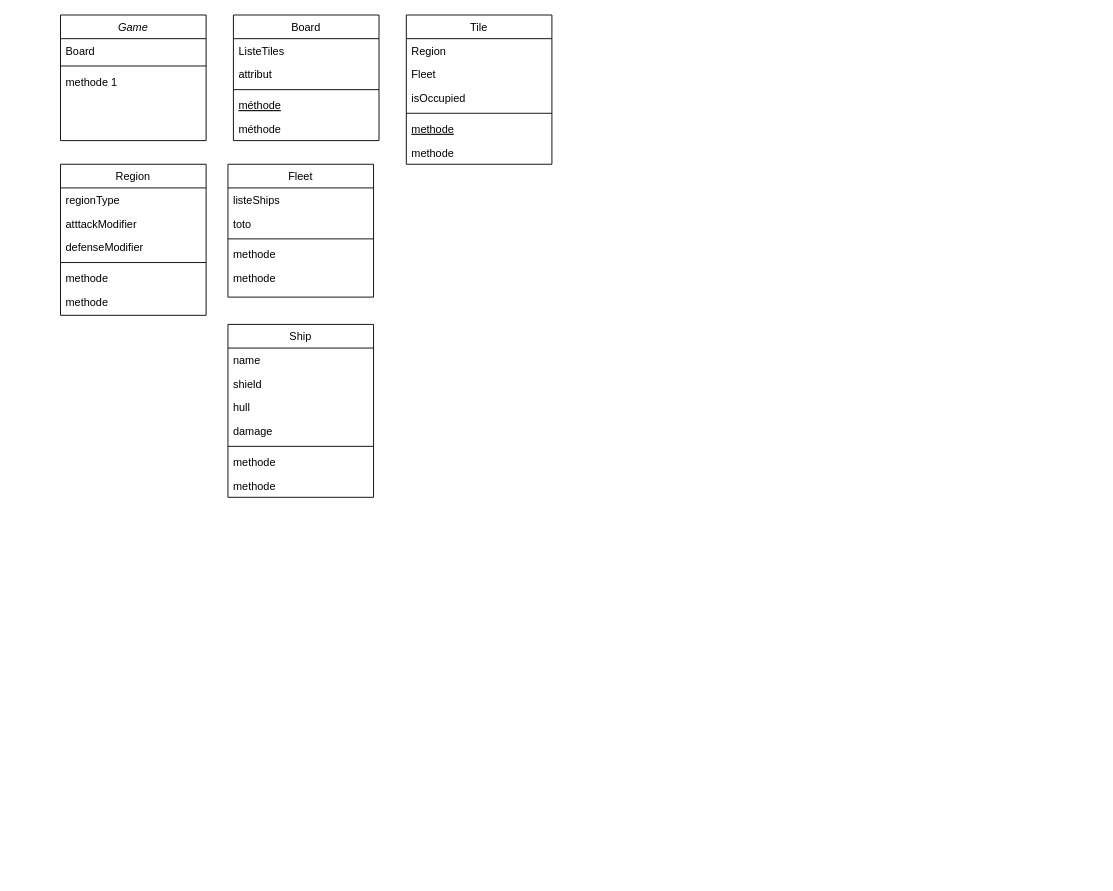
Earlier version of the draw.io diagram Space-game.drawio (SolennPenarroya/Space-game-project). Source tidied: cells renumbered, new cells numbered last; positions are measured from the earlier drawing's top-left corner, leaving out a move shared by most shapes. Both pictures are drawn from the tidied source at 91%, with x=0, y=0 at pixel (60, 15).
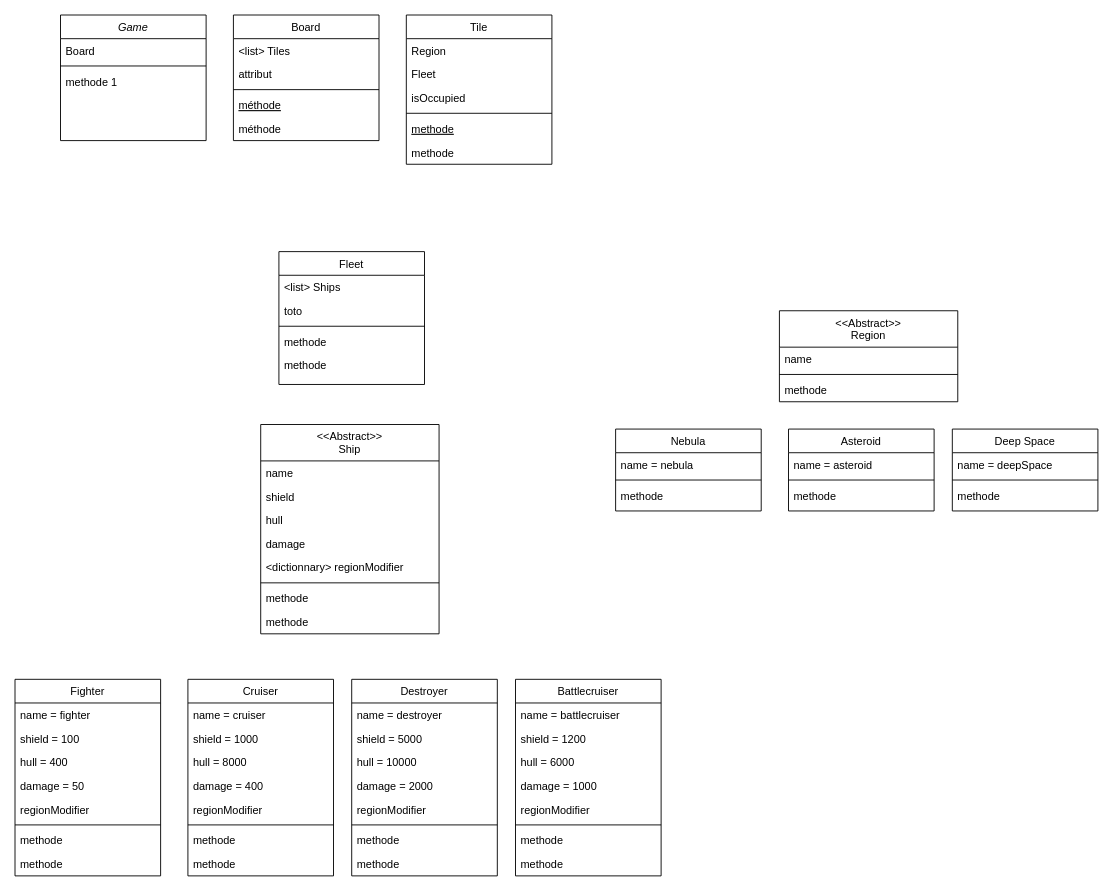
The same diagram, later.

Commit message (it also covers changes not shown here):
Mettre à jour Space-game.drawio

Unchanged cells that the change refers to:
```xml
<mxCell id="19" value="Board" style="swimlane;fontStyle=0;align=center;verticalAlign=top;horizontal=1;startSize=26;rounded=0;shadow=0;strokeWidth=1;" parent="1" vertex="1">
  <mxGeometry x="190" width="160" height="138" as="geometry" />
</mxCell>
```

Change to the diagram source:
```diff
@@
     <mxCell id="13" value="Fleet" style="swimlane;fontStyle=0;align=center;verticalAlign=top;horizontal=1;startSize=26;rounded=0;shadow=0;strokeWidth=1;" parent="1" vertex="1">
-      <mxGeometry x="184" y="164" width="160" height="146" as="geometry" />
+      <mxGeometry x="240" y="260" width="160" height="146" as="geometry" />
     </mxCell>
-    <mxCell id="14" value="listeShips" style="text;align=left;verticalAlign=top;spacingLeft=4;spacingRight=4;overflow=hidden;" parent="13" vertex="1">
+    <mxCell id="14" value="&lt;list&gt; Ships" style="text;align=left;verticalAlign=top;spacingLeft=4;spacingRight=4;overflow=hidden;" parent="13" vertex="1">
       <mxGeometry y="26" width="160" height="26" as="geometry" />
     </mxCell>
@@
-    <mxCell id="20" value="ListeTiles" style="text;align=left;verticalAlign=top;spacingLeft=4;spacingRight=4;overflow=hidden;" parent="19" vertex="1">
+    <mxCell id="20" value="&lt;list&gt; Tiles" style="text;align=left;verticalAlign=top;spacingLeft=4;spacingRight=4;overflow=hidden;" parent="19" vertex="1">
       <mxGeometry y="26" width="160" height="26" as="geometry" />
     </mxCell>
@@
-    <mxCell id="25" value="Region" style="swimlane;fontStyle=0;align=center;verticalAlign=top;horizontal=1;startSize=26;rounded=0;shadow=0;strokeWidth=1;" parent="1" vertex="1">
-      <mxGeometry y="164" width="160" height="166" as="geometry" />
-    </mxCell>
-    <mxCell id="26" value="regionType" style="text;align=left;verticalAlign=top;spacingLeft=4;spacingRight=4;overflow=hidden;" parent="25" vertex="1">
-      <mxGeometry y="26" width="160" height="26" as="geometry" />
-    </mxCell>
-    <mxCell id="27" value="atttackModifier" style="text;align=left;verticalAlign=top;spacingLeft=4;spacingRight=4;overflow=hidden;rounded=0;shadow=0;html=0;" parent="25" vertex="1">
-      <mxGeometry y="52" width="160" height="26" as="geometry" />
-    </mxCell>
-    <mxCell id="28" value="defenseModifier" style="text;align=left;verticalAlign=top;spacingLeft=4;spacingRight=4;overflow=hidden;rounded=0;shadow=0;html=0;" parent="25" vertex="1">
-      <mxGeometry y="78" width="160" height="26" as="geometry" />
-    </mxCell>
-    <mxCell id="29" style="line;html=1;strokeWidth=1;align=left;verticalAlign=middle;spacingTop=-1;spacingLeft=3;spacingRight=3;labelPosition=right;" parent="25" vertex="1">
-      <mxGeometry y="104" width="160" height="8" as="geometry" />
-    </mxCell>
-    <mxCell id="30" value="methode" style="text;align=left;verticalAlign=top;spacingLeft=4;spacingRight=4;overflow=hidden;" parent="25" vertex="1">
-      <mxGeometry y="112" width="160" height="26" as="geometry" />
-    </mxCell>
-    <mxCell id="31" value="methode" style="text;align=left;verticalAlign=top;spacingLeft=4;spacingRight=4;overflow=hidden;" parent="25" vertex="1">
-      <mxGeometry y="138" width="160" height="26" as="geometry" />
-    </mxCell>
-    <mxCell id="32" value="Ship" style="swimlane;fontStyle=0;align=center;verticalAlign=top;horizontal=1;startSize=26;rounded=0;shadow=0;strokeWidth=1;" parent="1" vertex="1">
-      <mxGeometry x="184" y="340" width="160" height="190" as="geometry" />
+    <mxCell id="32" value="&lt;&lt;Abstract&gt;&gt;&#10;Ship" style="swimlane;fontStyle=0;align=center;verticalAlign=top;horizontal=1;startSize=40;rounded=0;shadow=0;strokeWidth=1;" parent="1" vertex="1">
+      <mxGeometry x="220" y="450" width="196" height="230" as="geometry" />
     </mxCell>
     <mxCell id="33" value="name" style="text;align=left;verticalAlign=top;spacingLeft=4;spacingRight=4;overflow=hidden;" parent="32" vertex="1">
-      <mxGeometry y="26" width="160" height="26" as="geometry" />
+      <mxGeometry y="40" width="196" height="26" as="geometry" />
     </mxCell>
     <mxCell id="34" value="shield" style="text;align=left;verticalAlign=top;spacingLeft=4;spacingRight=4;overflow=hidden;rounded=0;shadow=0;html=0;" parent="32" vertex="1">
-      <mxGeometry y="52" width="160" height="26" as="geometry" />
+      <mxGeometry y="66" width="196" height="26" as="geometry" />
     </mxCell>
     <mxCell id="35" value="hull" style="text;align=left;verticalAlign=top;spacingLeft=4;spacingRight=4;overflow=hidden;rounded=0;shadow=0;html=0;" parent="32" vertex="1">
-      <mxGeometry y="78" width="160" height="26" as="geometry" />
+      <mxGeometry y="92" width="196" height="26" as="geometry" />
     </mxCell>
     <mxCell id="36" value="damage" style="text;align=left;verticalAlign=top;spacingLeft=4;spacingRight=4;overflow=hidden;rounded=0;shadow=0;html=0;" parent="32" vertex="1">
-      <mxGeometry y="104" width="160" height="26" as="geometry" />
+      <mxGeometry y="118" width="196" height="26" as="geometry" />
     </mxCell>
+    <mxCell id="40" value="&lt;dictionnary&gt; regionModifier" style="text;align=left;verticalAlign=top;spacingLeft=4;spacingRight=4;overflow=hidden;rounded=0;shadow=0;html=0;" parent="32" vertex="1">
+      <mxGeometry y="144" width="196" height="26" as="geometry" />
+    </mxCell>
     <mxCell id="37" style="line;html=1;strokeWidth=1;align=left;verticalAlign=middle;spacingTop=-1;spacingLeft=3;spacingRight=3;labelPosition=right;" parent="32" vertex="1">
-      <mxGeometry y="130" width="160" height="8" as="geometry" />
+      <mxGeometry y="170" width="196" height="8" as="geometry" />
     </mxCell>
     <mxCell id="38" value="methode" style="text;align=left;verticalAlign=top;spacingLeft=4;spacingRight=4;overflow=hidden;" parent="32" vertex="1">
-      <mxGeometry y="138" width="160" height="26" as="geometry" />
+      <mxGeometry y="178" width="196" height="26" as="geometry" />
     </mxCell>
     <mxCell id="39" value="methode" style="text;align=left;verticalAlign=top;spacingLeft=4;spacingRight=4;overflow=hidden;" parent="32" vertex="1">
-      <mxGeometry y="164" width="160" height="26" as="geometry" />
+      <mxGeometry y="204" width="196" height="26" as="geometry" />
     </mxCell>
+    <mxCell id="41" value="Fighter" style="swimlane;fontStyle=0;align=center;verticalAlign=top;horizontal=1;startSize=26;rounded=0;shadow=0;strokeWidth=1;" parent="1" vertex="1">
+      <mxGeometry x="-50" y="730" width="160" height="216" as="geometry" />
+    </mxCell>
+    <mxCell id="42" value="name = fighter" style="text;align=left;verticalAlign=top;spacingLeft=4;spacingRight=4;overflow=hidden;" parent="41" vertex="1">
+      <mxGeometry y="26" width="160" height="26" as="geometry" />
+    </mxCell>
+    <mxCell id="43" value="shield = 100" style="text;align=left;verticalAlign=top;spacingLeft=4;spacingRight=4;overflow=hidden;rounded=0;shadow=0;html=0;" parent="41" vertex="1">
+      <mxGeometry y="52" width="160" height="26" as="geometry" />
+    </mxCell>
+    <mxCell id="44" value="hull = 400" style="text;align=left;verticalAlign=top;spacingLeft=4;spacingRight=4;overflow=hidden;rounded=0;shadow=0;html=0;" parent="41" vertex="1">
+      <mxGeometry y="78" width="160" height="26" as="geometry" />
+    </mxCell>
+    <mxCell id="45" value="damage = 50" style="text;align=left;verticalAlign=top;spacingLeft=4;spacingRight=4;overflow=hidden;rounded=0;shadow=0;html=0;" parent="41" vertex="1">
+      <mxGeometry y="104" width="160" height="26" as="geometry" />
+    </mxCell>
+    <mxCell id="46" value="regionModifier" style="text;align=left;verticalAlign=top;spacingLeft=4;spacingRight=4;overflow=hidden;rounded=0;shadow=0;html=0;" parent="41" vertex="1">
+      <mxGeometry y="130" width="160" height="26" as="geometry" />
+    </mxCell>
+    <mxCell id="47" style="line;html=1;strokeWidth=1;align=left;verticalAlign=middle;spacingTop=-1;spacingLeft=3;spacingRight=3;labelPosition=right;" parent="41" vertex="1">
+      <mxGeometry y="156" width="160" height="8" as="geometry" />
+    </mxCell>
+    <mxCell id="48" value="methode" style="text;align=left;verticalAlign=top;spacingLeft=4;spacingRight=4;overflow=hidden;" parent="41" vertex="1">
+      <mxGeometry y="164" width="160" height="26" as="geometry" />
+    </mxCell>
+    <mxCell id="49" value="methode" style="text;align=left;verticalAlign=top;spacingLeft=4;spacingRight=4;overflow=hidden;" parent="41" vertex="1">
+      <mxGeometry y="190" width="160" height="26" as="geometry" />
+    </mxCell>
+    <mxCell id="50" value="Cruiser" style="swimlane;fontStyle=0;align=center;verticalAlign=top;horizontal=1;startSize=26;rounded=0;shadow=0;strokeWidth=1;" parent="1" vertex="1">
+      <mxGeometry x="140" y="730" width="160" height="216" as="geometry" />
+    </mxCell>
+    <mxCell id="51" value="name = cruiser" style="text;align=left;verticalAlign=top;spacingLeft=4;spacingRight=4;overflow=hidden;" parent="50" vertex="1">
+      <mxGeometry y="26" width="160" height="26" as="geometry" />
+    </mxCell>
+    <mxCell id="52" value="shield = 1000" style="text;align=left;verticalAlign=top;spacingLeft=4;spacingRight=4;overflow=hidden;rounded=0;shadow=0;html=0;" parent="50" vertex="1">
+      <mxGeometry y="52" width="160" height="26" as="geometry" />
+    </mxCell>
+    <mxCell id="53" value="hull = 8000" style="text;align=left;verticalAlign=top;spacingLeft=4;spacingRight=4;overflow=hidden;rounded=0;shadow=0;html=0;" parent="50" vertex="1">
+      <mxGeometry y="78" width="160" height="26" as="geometry" />
+    </mxCell>
+    <mxCell id="54" value="damage = 400" style="text;align=left;verticalAlign=top;spacingLeft=4;spacingRight=4;overflow=hidden;rounded=0;shadow=0;html=0;" parent="50" vertex="1">
+      <mxGeometry y="104" width="160" height="26" as="geometry" />
+    </mxCell>
+    <mxCell id="55" value="regionModifier" style="text;align=left;verticalAlign=top;spacingLeft=4;spacingRight=4;overflow=hidden;rounded=0;shadow=0;html=0;" parent="50" vertex="1">
+      <mxGeometry y="130" width="160" height="26" as="geometry" />
+    </mxCell>
+    <mxCell id="56" style="line;html=1;strokeWidth=1;align=left;verticalAlign=middle;spacingTop=-1;spacingLeft=3;spacingRight=3;labelPosition=right;" parent="50" vertex="1">
+      <mxGeometry y="156" width="160" height="8" as="geometry" />
+    </mxCell>
+    <mxCell id="57" value="methode" style="text;align=left;verticalAlign=top;spacingLeft=4;spacingRight=4;overflow=hidden;" parent="50" vertex="1">
+      <mxGeometry y="164" width="160" height="26" as="geometry" />
+    </mxCell>
+    <mxCell id="58" value="methode" style="text;align=left;verticalAlign=top;spacingLeft=4;spacingRight=4;overflow=hidden;" parent="50" vertex="1">
+      <mxGeometry y="190" width="160" height="26" as="geometry" />
+    </mxCell>
+    <mxCell id="59" value="Destroyer" style="swimlane;fontStyle=0;align=center;verticalAlign=top;horizontal=1;startSize=26;rounded=0;shadow=0;strokeWidth=1;" parent="1" vertex="1">
+      <mxGeometry x="320" y="730" width="160" height="216" as="geometry" />
+    </mxCell>
+    <mxCell id="60" value="name = destroyer" style="text;align=left;verticalAlign=top;spacingLeft=4;spacingRight=4;overflow=hidden;" parent="59" vertex="1">
+      <mxGeometry y="26" width="160" height="26" as="geometry" />
+    </mxCell>
+    <mxCell id="61" value="shield = 5000" style="text;align=left;verticalAlign=top;spacingLeft=4;spacingRight=4;overflow=hidden;rounded=0;shadow=0;html=0;" parent="59" vertex="1">
+      <mxGeometry y="52" width="160" height="26" as="geometry" />
+    </mxCell>
+    <mxCell id="62" value="hull = 10000" style="text;align=left;verticalAlign=top;spacingLeft=4;spacingRight=4;overflow=hidden;rounded=0;shadow=0;html=0;" parent="59" vertex="1">
+      <mxGeometry y="78" width="160" height="26" as="geometry" />
+    </mxCell>
+    <mxCell id="63" value="damage = 2000" style="text;align=left;verticalAlign=top;spacingLeft=4;spacingRight=4;overflow=hidden;rounded=0;shadow=0;html=0;" parent="59" vertex="1">
+      <mxGeometry y="104" width="160" height="26" as="geometry" />
+    </mxCell>
+    <mxCell id="64" value="regionModifier" style="text;align=left;verticalAlign=top;spacingLeft=4;spacingRight=4;overflow=hidden;rounded=0;shadow=0;html=0;" parent="59" vertex="1">
+      <mxGeometry y="130" width="160" height="26" as="geometry" />
+    </mxCell>
+    <mxCell id="65" style="line;html=1;strokeWidth=1;align=left;verticalAlign=middle;spacingTop=-1;spacingLeft=3;spacingRight=3;labelPosition=right;" parent="59" vertex="1">
+      <mxGeometry y="156" width="160" height="8" as="geometry" />
+    </mxCell>
+    <mxCell id="66" value="methode" style="text;align=left;verticalAlign=top;spacingLeft=4;spacingRight=4;overflow=hidden;" parent="59" vertex="1">
+      <mxGeometry y="164" width="160" height="26" as="geometry" />
+    </mxCell>
+    <mxCell id="67" value="methode" style="text;align=left;verticalAlign=top;spacingLeft=4;spacingRight=4;overflow=hidden;" parent="59" vertex="1">
+      <mxGeometry y="190" width="160" height="26" as="geometry" />
+    </mxCell>
+    <mxCell id="68" value="Battlecruiser" style="swimlane;fontStyle=0;align=center;verticalAlign=top;horizontal=1;startSize=26;rounded=0;shadow=0;strokeWidth=1;" parent="1" vertex="1">
+      <mxGeometry x="500" y="730" width="160" height="216" as="geometry" />
+    </mxCell>
+    <mxCell id="69" value="name = battlecruiser" style="text;align=left;verticalAlign=top;spacingLeft=4;spacingRight=4;overflow=hidden;" parent="68" vertex="1">
+      <mxGeometry y="26" width="160" height="26" as="geometry" />
+    </mxCell>
+    <mxCell id="70" value="shield = 1200" style="text;align=left;verticalAlign=top;spacingLeft=4;spacingRight=4;overflow=hidden;rounded=0;shadow=0;html=0;" parent="68" vertex="1">
+      <mxGeometry y="52" width="160" height="26" as="geometry" />
+    </mxCell>
+    <mxCell id="71" value="hull = 6000" style="text;align=left;verticalAlign=top;spacingLeft=4;spacingRight=4;overflow=hidden;rounded=0;shadow=0;html=0;" parent="68" vertex="1">
+      <mxGeometry y="78" width="160" height="26" as="geometry" />
+    </mxCell>
+    <mxCell id="72" value="damage = 1000" style="text;align=left;verticalAlign=top;spacingLeft=4;spacingRight=4;overflow=hidden;rounded=0;shadow=0;html=0;" parent="68" vertex="1">
+      <mxGeometry y="104" width="160" height="26" as="geometry" />
+    </mxCell>
+    <mxCell id="73" value="regionModifier" style="text;align=left;verticalAlign=top;spacingLeft=4;spacingRight=4;overflow=hidden;rounded=0;shadow=0;html=0;" parent="68" vertex="1">
+      <mxGeometry y="130" width="160" height="26" as="geometry" />
+    </mxCell>
+    <mxCell id="74" style="line;html=1;strokeWidth=1;align=left;verticalAlign=middle;spacingTop=-1;spacingLeft=3;spacingRight=3;labelPosition=right;" parent="68" vertex="1">
+      <mxGeometry y="156" width="160" height="8" as="geometry" />
+    </mxCell>
+    <mxCell id="75" value="methode" style="text;align=left;verticalAlign=top;spacingLeft=4;spacingRight=4;overflow=hidden;" parent="68" vertex="1">
+      <mxGeometry y="164" width="160" height="26" as="geometry" />
+    </mxCell>
+    <mxCell id="76" value="methode" style="text;align=left;verticalAlign=top;spacingLeft=4;spacingRight=4;overflow=hidden;" parent="68" vertex="1">
+      <mxGeometry y="190" width="160" height="26" as="geometry" />
+    </mxCell>
+    <mxCell id="77" value="&lt;&lt;Abstract&gt;&gt;&#10;Region" style="swimlane;fontStyle=0;align=center;verticalAlign=top;horizontal=1;startSize=40;rounded=0;shadow=0;strokeWidth=1;" parent="1" vertex="1">
+      <mxGeometry x="790" y="325" width="196" height="100" as="geometry" />
+    </mxCell>
+    <mxCell id="78" value="name" style="text;align=left;verticalAlign=top;spacingLeft=4;spacingRight=4;overflow=hidden;" parent="77" vertex="1">
+      <mxGeometry y="40" width="196" height="26" as="geometry" />
+    </mxCell>
+    <mxCell id="79" style="line;html=1;strokeWidth=1;align=left;verticalAlign=middle;spacingTop=-1;spacingLeft=3;spacingRight=3;labelPosition=right;" parent="77" vertex="1">
+      <mxGeometry y="66" width="196" height="8" as="geometry" />
+    </mxCell>
+    <mxCell id="80" value="methode" style="text;align=left;verticalAlign=top;spacingLeft=4;spacingRight=4;overflow=hidden;" parent="77" vertex="1">
+      <mxGeometry y="74" width="196" height="26" as="geometry" />
+    </mxCell>
+    <mxCell id="81" value="Nebula" style="swimlane;fontStyle=0;align=center;verticalAlign=top;horizontal=1;startSize=26;rounded=0;shadow=0;strokeWidth=1;" parent="1" vertex="1">
+      <mxGeometry x="610" y="455" width="160" height="90" as="geometry" />
+    </mxCell>
+    <mxCell id="82" value="name = nebula" style="text;align=left;verticalAlign=top;spacingLeft=4;spacingRight=4;overflow=hidden;" parent="81" vertex="1">
+      <mxGeometry y="26" width="160" height="26" as="geometry" />
+    </mxCell>
+    <mxCell id="83" style="line;html=1;strokeWidth=1;align=left;verticalAlign=middle;spacingTop=-1;spacingLeft=3;spacingRight=3;labelPosition=right;" parent="81" vertex="1">
+      <mxGeometry y="52" width="160" height="8" as="geometry" />
+    </mxCell>
+    <mxCell id="84" value="methode" style="text;align=left;verticalAlign=top;spacingLeft=4;spacingRight=4;overflow=hidden;" parent="81" vertex="1">
+      <mxGeometry y="60" width="160" height="26" as="geometry" />
+    </mxCell>
+    <mxCell id="85" value="Asteroid" style="swimlane;fontStyle=0;align=center;verticalAlign=top;horizontal=1;startSize=26;rounded=0;shadow=0;strokeWidth=1;" parent="1" vertex="1">
+      <mxGeometry x="800" y="455" width="160" height="90" as="geometry" />
+    </mxCell>
+    <mxCell id="86" value="name = asteroid" style="text;align=left;verticalAlign=top;spacingLeft=4;spacingRight=4;overflow=hidden;" parent="85" vertex="1">
+      <mxGeometry y="26" width="160" height="26" as="geometry" />
+    </mxCell>
+    <mxCell id="87" style="line;html=1;strokeWidth=1;align=left;verticalAlign=middle;spacingTop=-1;spacingLeft=3;spacingRight=3;labelPosition=right;" parent="85" vertex="1">
+      <mxGeometry y="52" width="160" height="8" as="geometry" />
+    </mxCell>
+    <mxCell id="88" value="methode" style="text;align=left;verticalAlign=top;spacingLeft=4;spacingRight=4;overflow=hidden;" parent="85" vertex="1">
+      <mxGeometry y="60" width="160" height="26" as="geometry" />
+    </mxCell>
+    <mxCell id="89" value="Deep Space" style="swimlane;fontStyle=0;align=center;verticalAlign=top;horizontal=1;startSize=26;rounded=0;shadow=0;strokeWidth=1;" parent="1" vertex="1">
+      <mxGeometry x="980" y="455" width="160" height="90" as="geometry" />
+    </mxCell>
+    <mxCell id="90" value="name = deepSpace" style="text;align=left;verticalAlign=top;spacingLeft=4;spacingRight=4;overflow=hidden;" parent="89" vertex="1">
+      <mxGeometry y="26" width="160" height="26" as="geometry" />
+    </mxCell>
+    <mxCell id="91" style="line;html=1;strokeWidth=1;align=left;verticalAlign=middle;spacingTop=-1;spacingLeft=3;spacingRight=3;labelPosition=right;" parent="89" vertex="1">
+      <mxGeometry y="52" width="160" height="8" as="geometry" />
+    </mxCell>
+    <mxCell id="92" value="methode" style="text;align=left;verticalAlign=top;spacingLeft=4;spacingRight=4;overflow=hidden;" parent="89" vertex="1">
+      <mxGeometry y="60" width="160" height="26" as="geometry" />
+    </mxCell>
```
